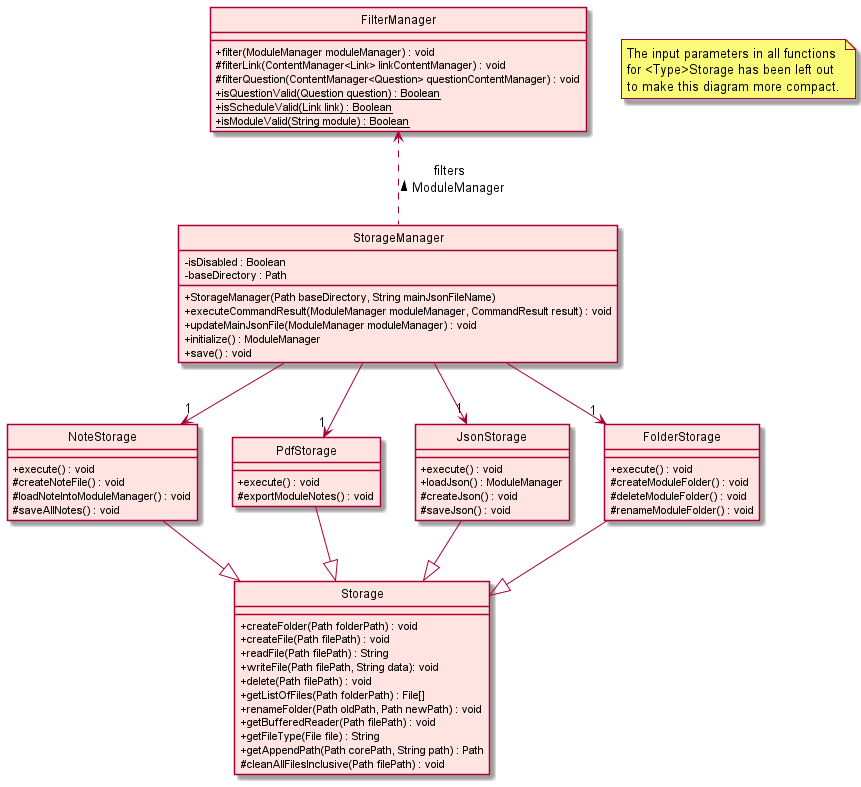
This is docs/attachments/StorageComponent.png from nus-cs2113-AY2122S1/tp, a PlantUML export, as it was before one commit. Source of this version:
```plantuml
@startuml

!include ../ClassStyle.puml


StorageManager --> "1" NoteStorage
StorageManager --> "1" PdfStorage
StorageManager --> "1" JsonStorage
StorageManager --> "1" FolderStorage

FilterManager <.. StorageManager : "filters \n ModuleManager <"

NoteStorage --|> Storage
PdfStorage --|> Storage
JsonStorage --|> Storage
FolderStorage --|> Storage

class StorageManager STORAGE_COLOR{
  - isDisabled : Boolean
  - baseDirectory : Path
  + StorageManager(Path baseDirectory, String mainJsonFileName)
  + executeCommandResult(ModuleManager moduleManager, CommandResult result) : void
  + updateMainJsonFile(ModuleManager moduleManager) : void
  + initialize() : ModuleManager
  + save() : void
}

class NoteStorage STORAGE_COLOR{
  + execute() : void
  # createNoteFile() : void
  # loadNoteIntoModuleManager() : void
  # saveAllNotes() : void
}

class PdfStorage STORAGE_COLOR{
  + execute() : void
  # exportModuleNotes() : void
}

class JsonStorage STORAGE_COLOR{
  + execute() : void
  + loadJson() : ModuleManager
  # createJson() : void
  # saveJson() : void
}

class FolderStorage STORAGE_COLOR{
  + execute() : void
  # createModuleFolder() : void
  # deleteModuleFolder() : void
  # renameModuleFolder() : void
}

class Storage STORAGE_COLOR{
 + createFolder(Path folderPath) : void
 + createFile(Path filePath) : void
 + readFile(Path filePath) : String
 + writeFile(Path filePath, String data): void
 + delete(Path filePath) : void
 + getListOfFiles(Path folderPath) : File[]
 + renameFolder(Path oldPath, Path newPath) : void
 + getBufferedReader(Path filePath) : void
 + getFileType(File file) : String
 + getAppendPath(Path corePath, String path) : Path
 # cleanAllFilesInclusive(Path filePath) : void

}

class FilterManager STORAGE_COLOR{
  + filter(ModuleManager moduleManager) : void
  # filterLink(ContentManager<Link> linkContentManager) : void
  # filterQuestion(ContentManager<Question> questionContentManager) : void
  + {static} isQuestionValid(Question question) : Boolean
  + {static} isScheduleValid(Link link) : Boolean
  + {static} isModuleValid(String module) : Boolean

}

note "The input parameters in all functions \nfor <Type>Storage has been left out \nto make this diagram more compact." as note1


@enduml
```
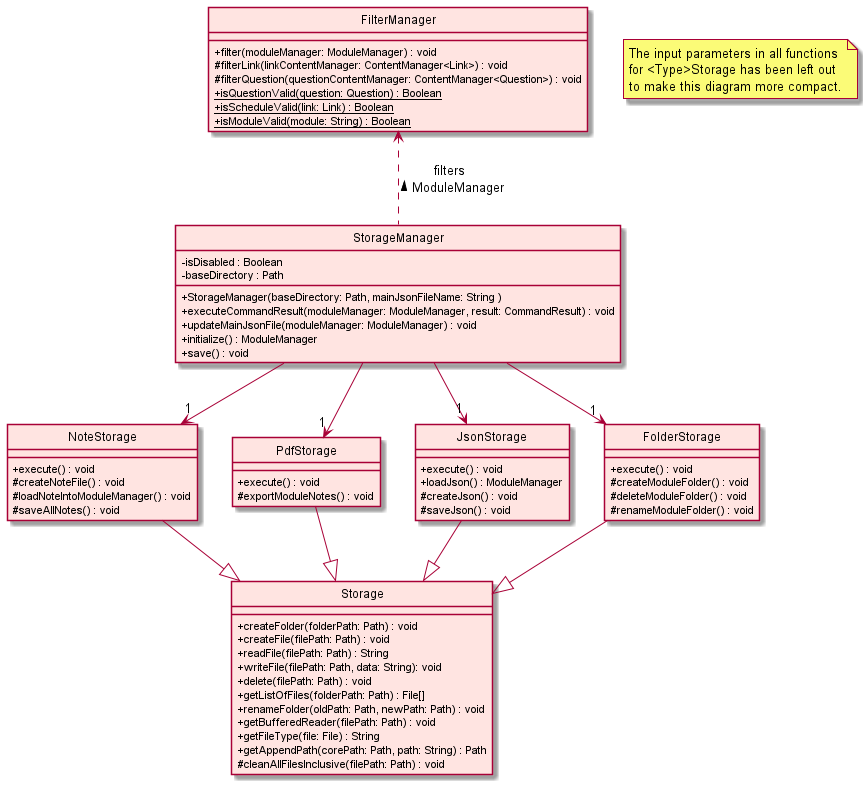
After the commit.

Diff of the diagram source:
```diff
@@ -18,9 +18,9 @@
 class StorageManager STORAGE_COLOR{
   - isDisabled : Boolean
   - baseDirectory : Path
-  + StorageManager(Path baseDirectory, String mainJsonFileName)
-  + executeCommandResult(ModuleManager moduleManager, CommandResult result) : void
-  + updateMainJsonFile(ModuleManager moduleManager) : void
+  + StorageManager(baseDirectory: Path, mainJsonFileName: String )
+  + executeCommandResult(moduleManager: ModuleManager, result: CommandResult) : void
+  + updateMainJsonFile(moduleManager: ModuleManager) : void
   + initialize() : ModuleManager
   + save() : void
 }
@@ -52,27 +52,27 @@
 }
 
 class Storage STORAGE_COLOR{
- + createFolder(Path folderPath) : void
- + createFile(Path filePath) : void
- + readFile(Path filePath) : String
- + writeFile(Path filePath, String data): void
- + delete(Path filePath) : void
- + getListOfFiles(Path folderPath) : File[]
- + renameFolder(Path oldPath, Path newPath) : void
- + getBufferedReader(Path filePath) : void
- + getFileType(File file) : String
- + getAppendPath(Path corePath, String path) : Path
- # cleanAllFilesInclusive(Path filePath) : void
+ + createFolder(folderPath: Path) : void
+ + createFile(filePath: Path) : void
+ + readFile(filePath: Path) : String
+ + writeFile(filePath: Path, data: String): void
+ + delete(filePath: Path) : void
+ + getListOfFiles(folderPath: Path) : File[]
+ + renameFolder(oldPath: Path, newPath: Path) : void
+ + getBufferedReader(filePath: Path) : void
+ + getFileType(file: File) : String
+ + getAppendPath(corePath: Path, path: String) : Path
+ # cleanAllFilesInclusive(filePath: Path) : void
 
 }
 
 class FilterManager STORAGE_COLOR{
-  + filter(ModuleManager moduleManager) : void
-  # filterLink(ContentManager<Link> linkContentManager) : void
-  # filterQuestion(ContentManager<Question> questionContentManager) : void
-  + {static} isQuestionValid(Question question) : Boolean
-  + {static} isScheduleValid(Link link) : Boolean
-  + {static} isModuleValid(String module) : Boolean
+  + filter(moduleManager: ModuleManager) : void
+  # filterLink(linkContentManager: ContentManager<Link>) : void
+  # filterQuestion(questionContentManager: ContentManager<Question>) : void
+  + {static} isQuestionValid(question: Question) : Boolean
+  + {static} isScheduleValid(link: Link) : Boolean
+  + {static} isModuleValid(module: String) : Boolean
 
 }
 
```
